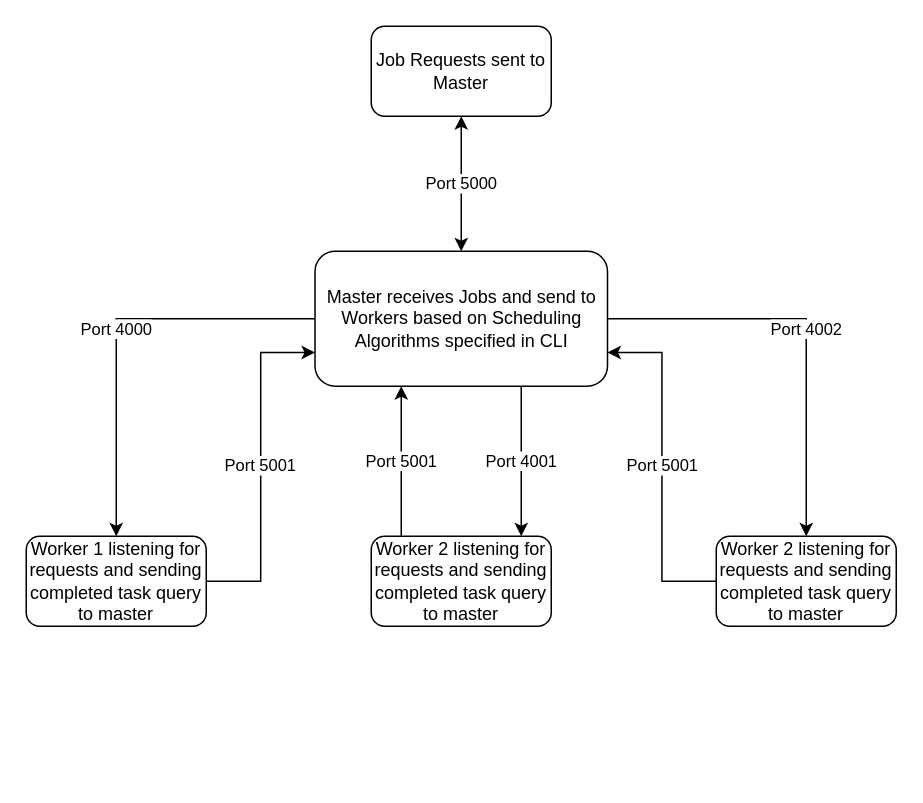
This is Block Diagram.drawio from Aggarwal-Raghav/Big-Data-YACS, a draw.io file, before an edit. Source tidied: cells renumbered, new cells numbered last; positions are measured from the earlier drawing's top-left corner, leaving out a move shared by most shapes. Both pictures are drawn from the tidied source at 150%, with x=0, y=0 at pixel (26, 26).
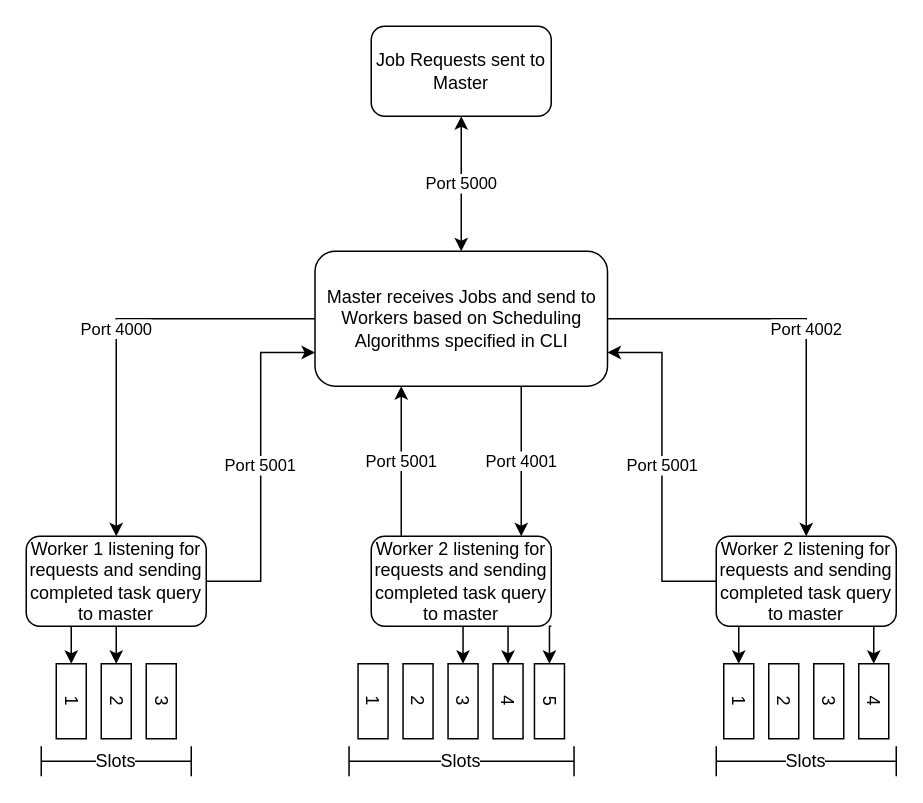
The same diagram, later.

Commit message:
Block Diagram with Slots

The change refers to these unchanged cells:
```xml
<mxCell id="9" value="Worker 1 listening for requests and sending completed task query to master" style="rounded=1;whiteSpace=wrap;html=1;" parent="1" vertex="1">
  <mxGeometry y="340" width="120" height="60" as="geometry" />
</mxCell>
<mxCell id="11" value="Worker 2 listening for requests and sending completed task query to master" style="rounded=1;whiteSpace=wrap;html=1;" parent="1" vertex="1">
  <mxGeometry x="230" y="340" width="120" height="60" as="geometry" />
</mxCell>
<mxCell id="13" value="Worker 2 listening for requests and sending completed task query to master" style="rounded=1;whiteSpace=wrap;html=1;" parent="1" vertex="1">
  <mxGeometry x="460" y="340" width="120" height="60" as="geometry" />
</mxCell>
```

The edit, as a diff of the source:
```diff
@@
+    <mxCell id="14" style="edgeStyle=orthogonalEdgeStyle;rounded=0;jettySize=auto;html=1;exitX=0.5;exitY=1;exitDx=0;exitDy=0;entryX=0;entryY=0.5;entryDx=0;entryDy=0;" parent="1" edge="1" source="9" target="21">
+      <mxGeometry relative="1" as="geometry" />
+    </mxCell>
+    <mxCell id="15" style="edgeStyle=orthogonalEdgeStyle;rounded=0;jettySize=auto;html=1;exitX=0.5;exitY=1;exitDx=0;exitDy=0;entryX=0;entryY=0.5;entryDx=0;entryDy=0;" parent="1" edge="1" source="9" target="22">
+      <mxGeometry relative="1" as="geometry" />
+    </mxCell>
@@
+    <mxCell id="16" style="edgeStyle=orthogonalEdgeStyle;rounded=0;jettySize=auto;html=1;exitX=0.5;exitY=1;exitDx=0;exitDy=0;entryX=0;entryY=0.5;entryDx=0;entryDy=0;" parent="1" edge="1" source="11" target="26">
+      <mxGeometry relative="1" as="geometry" />
+    </mxCell>
+    <mxCell id="17" style="edgeStyle=orthogonalEdgeStyle;rounded=0;jettySize=auto;html=1;exitX=0.75;exitY=1;exitDx=0;exitDy=0;entryX=0;entryY=0.5;entryDx=0;entryDy=0;" parent="1" edge="1" source="11" target="27">
+      <mxGeometry relative="1" as="geometry" />
+    </mxCell>
+    <mxCell id="18" style="edgeStyle=orthogonalEdgeStyle;rounded=0;jettySize=auto;html=1;exitX=1;exitY=1;exitDx=0;exitDy=0;entryX=0;entryY=0.5;entryDx=0;entryDy=0;" parent="1" edge="1" source="11" target="28">
+      <mxGeometry relative="1" as="geometry" />
+    </mxCell>
@@
+    <mxCell id="19" style="edgeStyle=orthogonalEdgeStyle;rounded=0;jettySize=auto;html=1;exitX=0.75;exitY=1;exitDx=0;exitDy=0;entryX=0;entryY=0.5;entryDx=0;entryDy=0;" parent="1" edge="1" source="13" target="32">
+      <mxGeometry relative="1" as="geometry" />
+    </mxCell>
+    <mxCell id="20" style="rounded=0;jettySize=auto;html=1;exitX=0.25;exitY=1;exitDx=0;exitDy=0;entryX=0;entryY=0.5;entryDx=0;entryDy=0;edgeStyle=orthogonalEdgeStyle;" parent="1" edge="1" source="13" target="29">
+      <mxGeometry relative="1" as="geometry" />
+    </mxCell>
@@
+    <mxCell id="21" value="1" style="rounded=0;whiteSpace=wrap;html=1;rotation=90;" parent="1" vertex="1">
+      <mxGeometry x="5" y="440" width="50" height="20" as="geometry" />
+    </mxCell>
+    <mxCell id="22" value="2" style="rounded=0;whiteSpace=wrap;html=1;rotation=90;" parent="1" vertex="1">
+      <mxGeometry x="35" y="440" width="50" height="20" as="geometry" />
+    </mxCell>
+    <mxCell id="23" value="3" style="rounded=0;whiteSpace=wrap;html=1;rotation=90;" parent="1" vertex="1">
+      <mxGeometry x="65" y="440" width="50" height="20" as="geometry" />
+    </mxCell>
+    <mxCell id="24" value="1" style="rounded=0;whiteSpace=wrap;html=1;rotation=90;" parent="1" vertex="1">
+      <mxGeometry x="206.2" y="440" width="50" height="20" as="geometry" />
+    </mxCell>
+    <mxCell id="25" value="2" style="rounded=0;whiteSpace=wrap;html=1;rotation=90;" parent="1" vertex="1">
+      <mxGeometry x="236.2" y="440" width="50" height="20" as="geometry" />
+    </mxCell>
+    <mxCell id="26" value="3" style="rounded=0;whiteSpace=wrap;html=1;rotation=90;" parent="1" vertex="1">
+      <mxGeometry x="266.2" y="440" width="50" height="20" as="geometry" />
+    </mxCell>
+    <mxCell id="27" value="4" style="rounded=0;whiteSpace=wrap;html=1;rotation=90;" parent="1" vertex="1">
+      <mxGeometry x="296.2" y="440" width="50" height="20" as="geometry" />
+    </mxCell>
+    <mxCell id="28" value="5" style="rounded=0;whiteSpace=wrap;html=1;rotation=90;" parent="1" vertex="1">
+      <mxGeometry x="323.8" y="440" width="50" height="20" as="geometry" />
+    </mxCell>
+    <mxCell id="29" value="1" style="rounded=0;whiteSpace=wrap;html=1;rotation=90;" parent="1" vertex="1">
+      <mxGeometry x="450" y="440" width="50" height="20" as="geometry" />
+    </mxCell>
+    <mxCell id="30" value="2" style="rounded=0;whiteSpace=wrap;html=1;rotation=90;" parent="1" vertex="1">
+      <mxGeometry x="480" y="440" width="50" height="20" as="geometry" />
+    </mxCell>
+    <mxCell id="31" value="3" style="rounded=0;whiteSpace=wrap;html=1;rotation=90;" parent="1" vertex="1">
+      <mxGeometry x="510" y="440" width="50" height="20" as="geometry" />
+    </mxCell>
+    <mxCell id="32" value="4" style="rounded=0;whiteSpace=wrap;html=1;rotation=90;" parent="1" vertex="1">
+      <mxGeometry x="540" y="440" width="50" height="20" as="geometry" />
+    </mxCell>
+    <mxCell id="33" value="Slots" style="shape=crossbar;whiteSpace=wrap;html=1;rounded=1;labelBackgroundColor=#ffffff;" parent="1" vertex="1">
+      <mxGeometry x="10" y="480" width="100" height="20" as="geometry" />
+    </mxCell>
+    <mxCell id="34" value="Slots" style="shape=crossbar;whiteSpace=wrap;html=1;rounded=1;labelBackgroundColor=#ffffff;" parent="1" vertex="1">
+      <mxGeometry x="215.2" y="480" width="150" height="20" as="geometry" />
+    </mxCell>
+    <mxCell id="35" value="Slots" style="shape=crossbar;whiteSpace=wrap;html=1;rounded=1;labelBackgroundColor=#ffffff;" parent="1" vertex="1">
+      <mxGeometry x="460" y="480" width="120" height="20" as="geometry" />
+    </mxCell>
```
